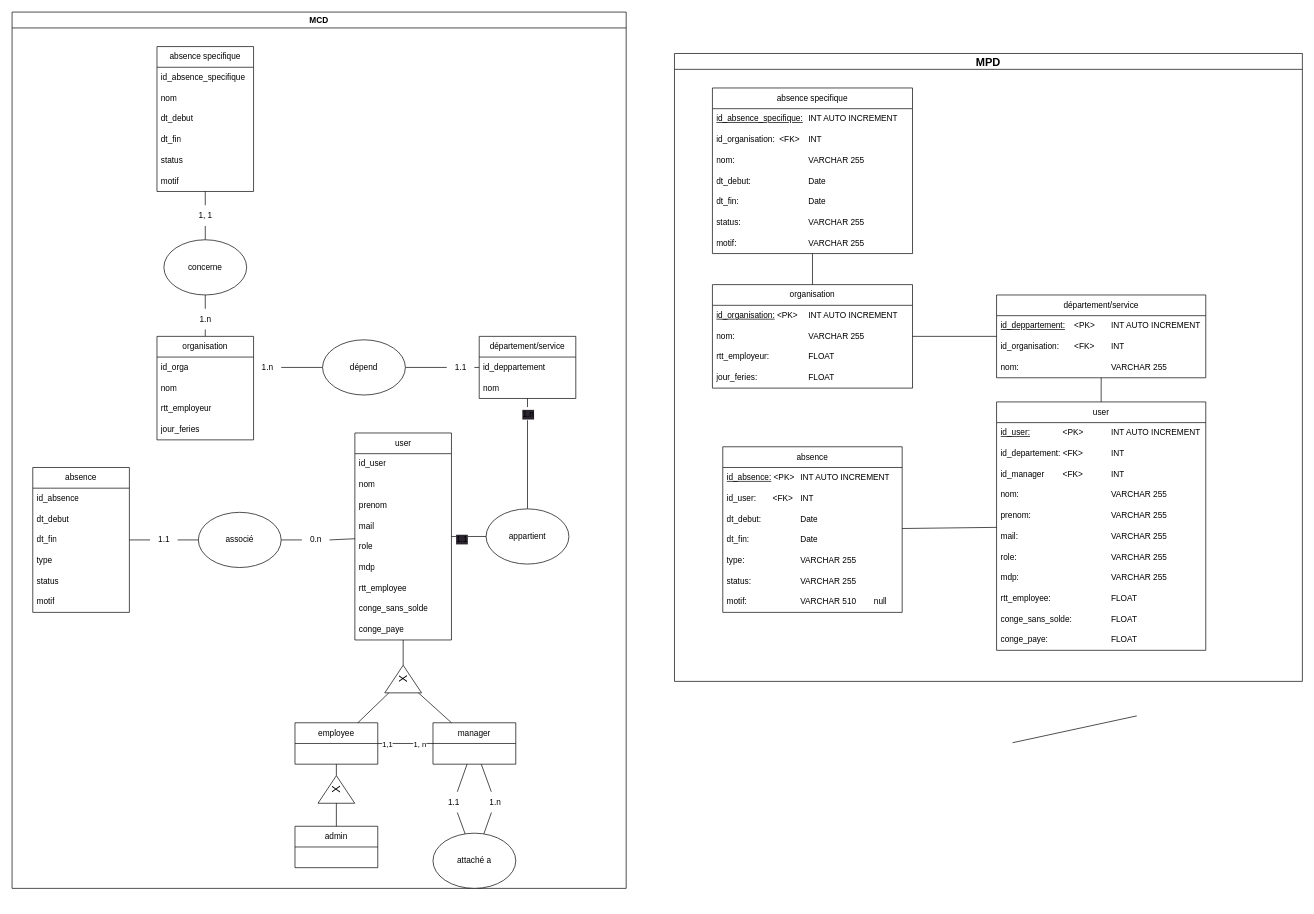
This is .conception/MCDMPD.drawio from diginamic-projet-final-gp4/projet_final_gcjf, a draw.io file, before an edit. Source tidied: cells renumbered, new cells numbered last; positions are measured from the earlier drawing's top-left corner, leaving out a move shared by most shapes. Both pictures are drawn from the tidied source at 69%, with x=0, y=0 at pixel (12, 12).
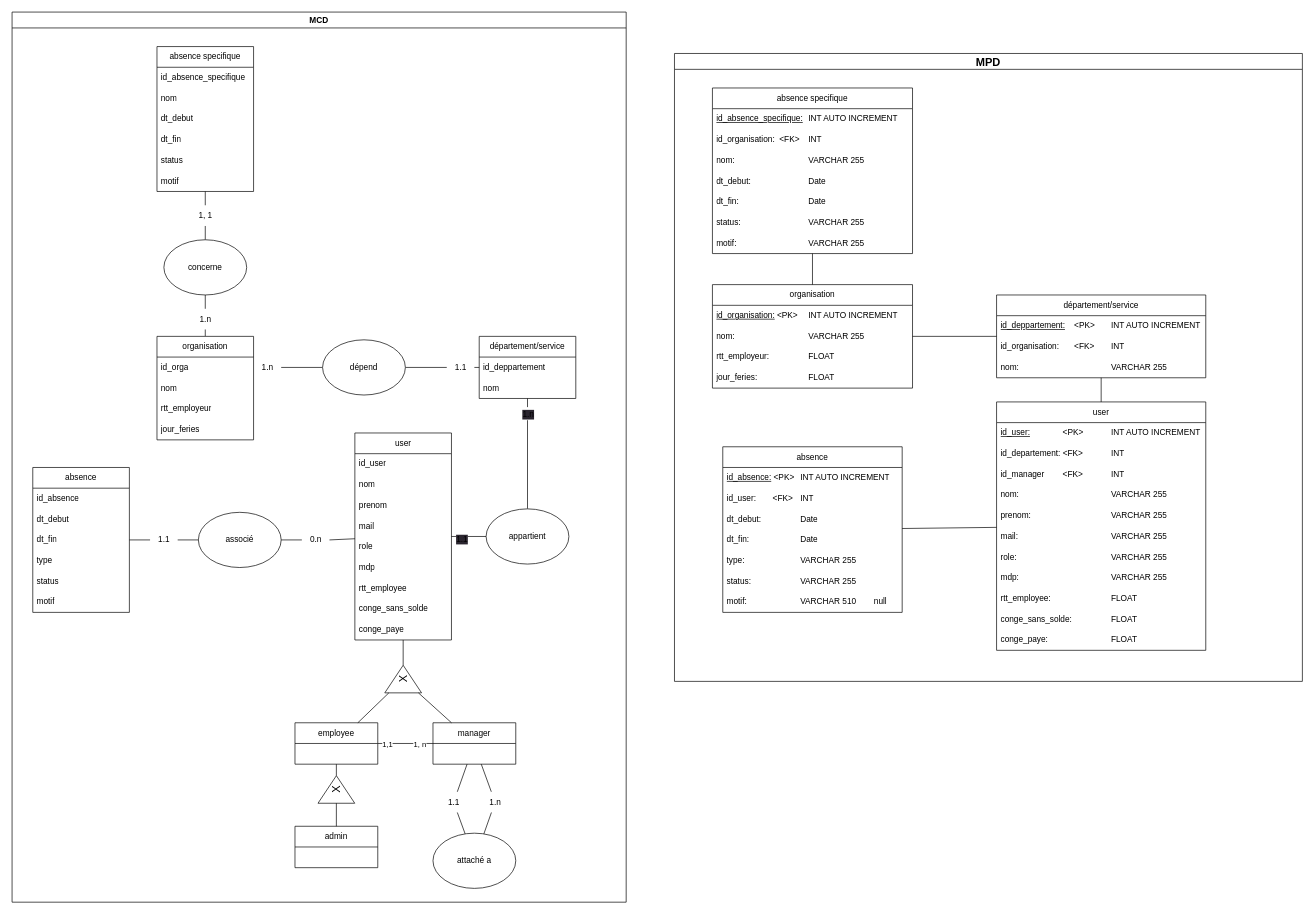
Above is the later version.

The change refers to these unchanged cells:
```xml
<mxCell id="99" value="MPD" style="swimlane;whiteSpace=wrap;html=1;fontSize=16;" parent="1" vertex="1">
  <mxGeometry x="960" y="60" width="910" height="910" as="geometry" />
</mxCell>
```

The edit, as a diff of the source:
```diff
@@
     <mxCell id="65" value="MCD" style="swimlane;whiteSpace=wrap;html=1;" parent="1" vertex="1">
-      <mxGeometry width="890" height="1270" as="geometry" />
+      <mxGeometry width="890" height="1290" as="geometry" />
     </mxCell>
@@
-    <mxCell id="100" style="edgeStyle=none;html=1;endArrow=none;endFill=0;" parent="99" edge="1">
-      <mxGeometry relative="1" as="geometry">
-        <mxPoint x="490" y="998.9" as="sourcePoint" />
-        <mxPoint x="670" y="960" as="targetPoint" />
-      </mxGeometry>
-    </mxCell>
```
